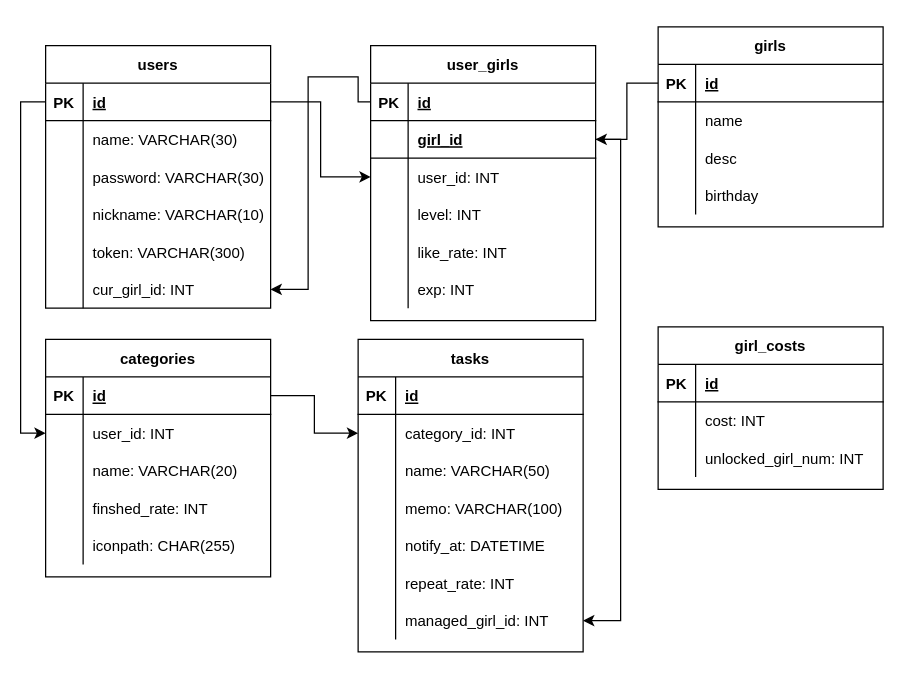
Before: KanbanMusume/er.drawio in Iroha71/daishoko, a draw.io diagram. Source tidied: cells renumbered, new cells numbered last; positions are measured from the earlier drawing's top-left corner, leaving out a move shared by most shapes. Both pictures are drawn from the tidied source at 125%, with x=0, y=0 at pixel (45, 26).
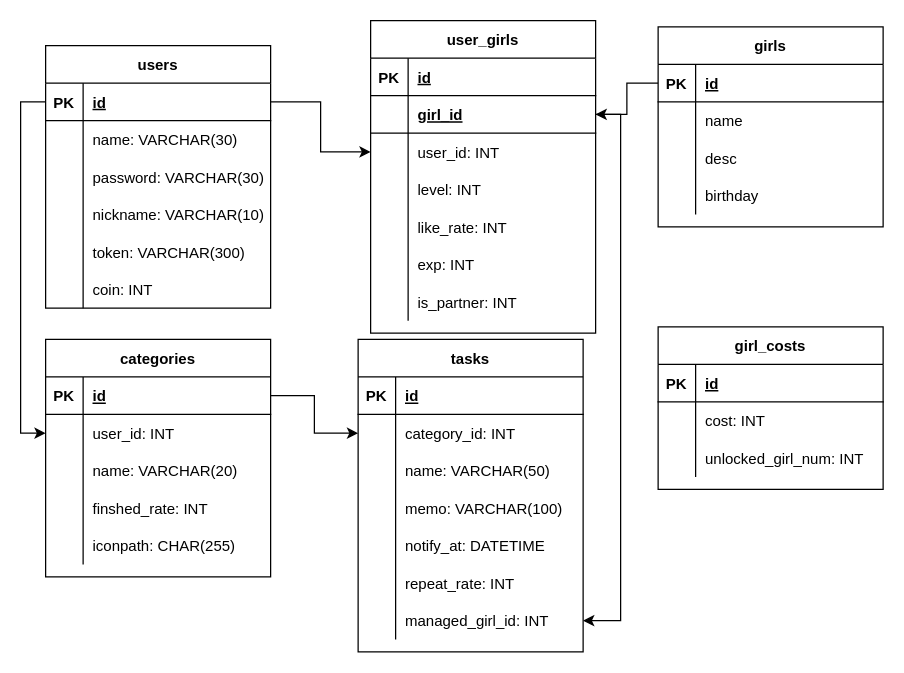
Above is the later version.

Unchanged cells that the change refers to:
```xml
<mxCell id="18" style="shape=partialRectangle;fillColor=none;top=0;left=0;bottom=0;right=0;points=[[0,0.5],[1,0.5]];portConstraint=eastwest;" parent="2" vertex="1">
  <mxGeometry y="180" width="180" height="30" as="geometry" />
</mxCell>
<mxCell id="35" style="shape=partialRectangle;fillColor=none;top=0;left=0;bottom=1;right=0;points=[[0,0.5],[1,0.5]];portConstraint=eastwest;" parent="34" vertex="1">
  <mxGeometry y="30" width="180" height="30" as="geometry" />
</mxCell>
```

Change to the diagram source:
```diff
@@
-    <mxCell id="20" value="cur_girl_id: INT" style="shape=partialRectangle;fillColor=none;top=0;left=0;bottom=0;right=0;align=left;spacingLeft=6;overflow=hidden;" parent="18" vertex="1">
+    <mxCell id="20" value="coin: INT" style="shape=partialRectangle;fillColor=none;top=0;left=0;bottom=0;right=0;align=left;spacingLeft=6;overflow=hidden;" parent="18" vertex="1">
       <mxGeometry x="30" width="150" height="30" as="geometry" />
     </mxCell>
@@
     <mxCell id="34" value="user_girls" style="shape=table;startSize=30;childLayout=tableLayout;rowLines=0;fontStyle=1;align=center;" parent="1" vertex="1">
-      <mxGeometry x="260" y="15" width="180" height="220" as="geometry" />
+      <mxGeometry x="260" y="-5" width="180" height="250" as="geometry" />
     </mxCell>
@@
+    <mxCell id="106" style="shape=partialRectangle;fillColor=none;top=0;left=0;bottom=0;right=0;" parent="34" vertex="1">
+      <mxGeometry y="210" width="180" height="30" as="geometry" />
+    </mxCell>
+    <mxCell id="107" style="shape=partialRectangle;fillColor=none;top=0;left=0;bottom=0;right=0;overflow=hidden;" parent="106" vertex="1">
+      <mxGeometry width="30" height="30" as="geometry" />
+    </mxCell>
+    <mxCell id="108" value="is_partner: INT" style="shape=partialRectangle;fillColor=none;top=0;left=0;bottom=0;right=0;align=left;spacingLeft=6;overflow=hidden;" parent="106" vertex="1">
+      <mxGeometry x="30" width="150" height="30" as="geometry" />
+    </mxCell>
@@
-    <mxCell id="106" style="edgeStyle=orthogonalEdgeStyle;rounded=0;jettySize=auto;html=1;exitX=0;exitY=0.5;exitDx=0;exitDy=0;entryX=1;entryY=0.5;entryDx=0;entryDy=0;" parent="1" edge="1" source="35" target="18">
-      <mxGeometry relative="1" as="geometry">
-        <Array as="points">
-          <mxPoint x="250" y="60" />
-          <mxPoint x="250" y="40" />
-          <mxPoint x="210" y="40" />
-          <mxPoint x="210" y="210" />
-        </Array>
-      </mxGeometry>
-    </mxCell>
```
